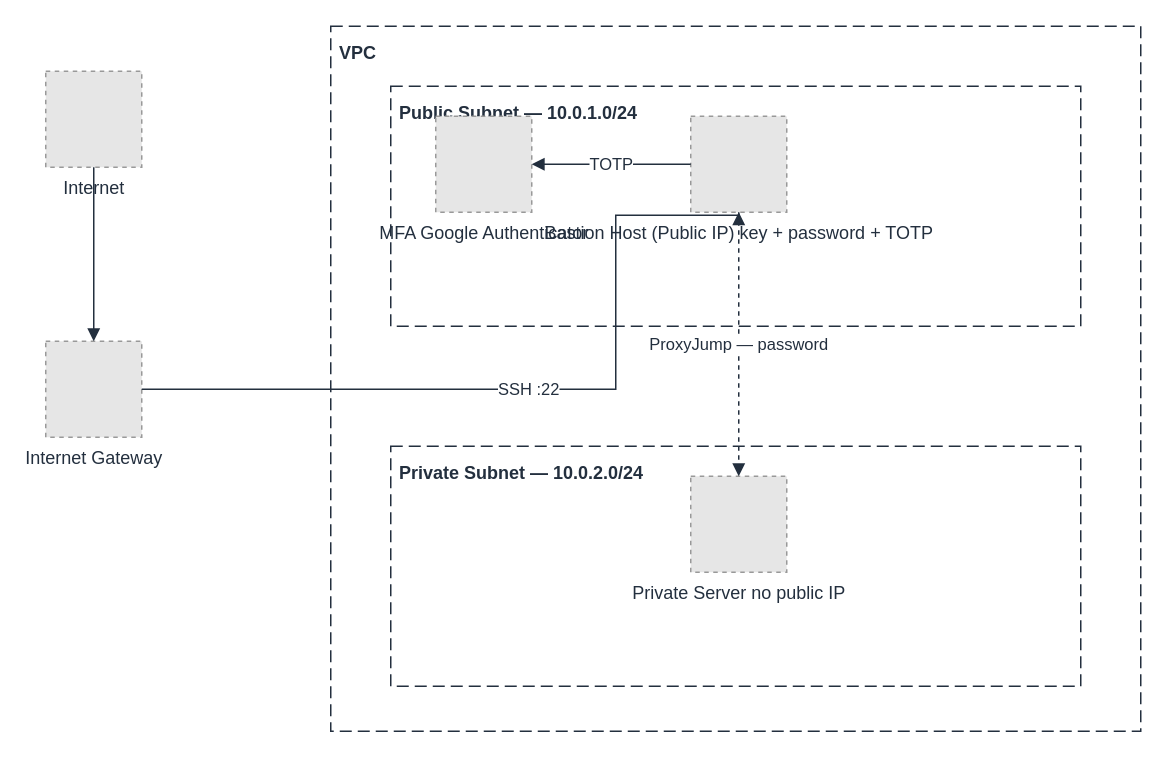
This is 19-bastion-host/docs/architecture.drawio from wazaglo/devops-roadmap-projects, a draw.io file, before an edit. Source tidied: cells renumbered, new cells numbered last; positions are measured from the earlier drawing's top-left corner, leaving out a move shared by most shapes. Both pictures are drawn from the tidied source at 150%, with x=0, y=0 at pixel (45, 26). Pictures stored in the file or linked from it are replaced by grey dashed boxes.
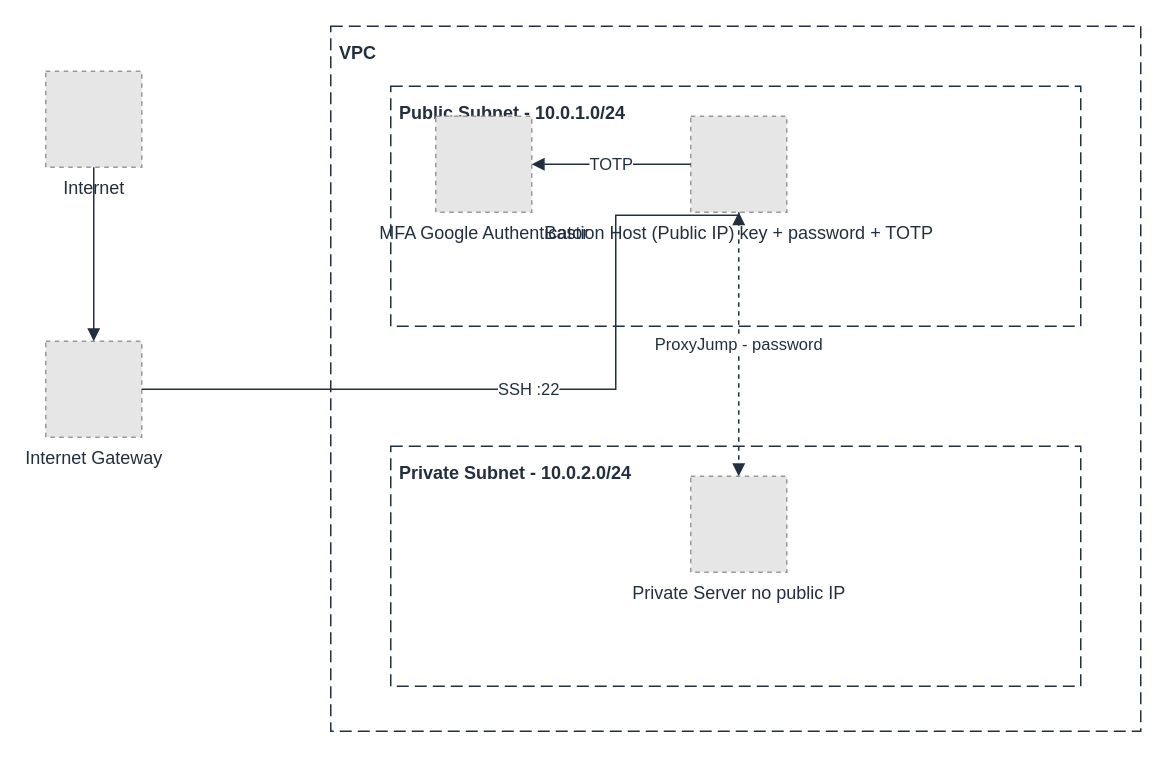
The same page after the edit.

The edit, as a diff of the source:
```diff
@@
 <mxGraphModel>
   <root>
     <mxCell id="0" />
     <mxCell id="1" parent="0" />
     <mxCell id="2" value="VPC" style="rounded=0;whiteSpace=wrap;html=1;dashed=1;dashPattern=8 4;fillColor=none;strokeColor=#232F3E;verticalAlign=top;align=left;spacing=6;fontSize=12;fontStyle=1;fontColor=#232F3E;arcSize=3;" parent="1" vertex="1">
       <mxGeometry x="190" width="540" height="470" as="geometry" />
     </mxCell>
-    <mxCell id="3" value="Public Subnet — 10.0.1.0/24" style="rounded=0;whiteSpace=wrap;html=1;dashed=1;dashPattern=8 4;fillColor=none;strokeColor=#232F3E;verticalAlign=top;align=left;spacing=6;fontSize=12;fontStyle=1;fontColor=#232F3E;arcSize=3;" parent="1" vertex="1">
+    <mxCell id="3" value="Public Subnet - 10.0.1.0/24" style="rounded=0;whiteSpace=wrap;html=1;dashed=1;dashPattern=8 4;fillColor=none;strokeColor=#232F3E;verticalAlign=top;align=left;spacing=6;fontSize=12;fontStyle=1;fontColor=#232F3E;arcSize=3;" parent="1" vertex="1">
       <mxGeometry x="230" y="40" width="460" height="160" as="geometry" />
     </mxCell>
-    <mxCell id="4" value="Private Subnet — 10.0.2.0/24" style="rounded=0;whiteSpace=wrap;html=1;dashed=1;dashPattern=8 4;fillColor=none;strokeColor=#232F3E;verticalAlign=top;align=left;spacing=6;fontSize=12;fontStyle=1;fontColor=#232F3E;arcSize=3;" parent="1" vertex="1">
+    <mxCell id="4" value="Private Subnet - 10.0.2.0/24" style="rounded=0;whiteSpace=wrap;html=1;dashed=1;dashPattern=8 4;fillColor=none;strokeColor=#232F3E;verticalAlign=top;align=left;spacing=6;fontSize=12;fontStyle=1;fontColor=#232F3E;arcSize=3;" parent="1" vertex="1">
       <mxGeometry x="230" y="280" width="460" height="160" as="geometry" />
     </mxCell>
     <mxCell id="5" value="Internet" style="fillColor=#E6E6E6;strokeColor=#999999;dashed=1;html=1;verticalLabelPosition=bottom;verticalAlign=top;align=center;fontSize=12;fontColor=#232F3E;" parent="1" vertex="1">
       <mxGeometry y="30" width="64" height="64" as="geometry" />
     </mxCell>
     <mxCell id="6" value="Internet Gateway" style="fillColor=#E6E6E6;strokeColor=#999999;dashed=1;html=1;verticalLabelPosition=bottom;verticalAlign=top;align=center;fontSize=12;fontColor=#232F3E;" parent="1" vertex="1">
       <mxGeometry y="210" width="64" height="64" as="geometry" />
     </mxCell>
     <mxCell id="7" value="MFA Google Authenticator" style="fillColor=#E6E6E6;strokeColor=#999999;dashed=1;html=1;verticalLabelPosition=bottom;verticalAlign=top;align=center;fontSize=12;fontColor=#232F3E;" parent="1" vertex="1">
       <mxGeometry x="260" y="60" width="64" height="64" as="geometry" />
     </mxCell>
     <mxCell id="8" value="Bastion Host (Public IP) key + password + TOTP" style="fillColor=#E6E6E6;strokeColor=#999999;dashed=1;html=1;verticalLabelPosition=bottom;verticalAlign=top;align=center;fontSize=12;fontColor=#232F3E;" parent="1" vertex="1">
       <mxGeometry x="430" y="60" width="64" height="64" as="geometry" />
     </mxCell>
     <mxCell id="9" value="Private Server no public IP" style="fillColor=#E6E6E6;strokeColor=#999999;dashed=1;html=1;verticalLabelPosition=bottom;verticalAlign=top;align=center;fontSize=12;fontColor=#232F3E;" parent="1" vertex="1">
       <mxGeometry x="430" y="300" width="64" height="64" as="geometry" />
     </mxCell>
     <mxCell id="10" style="edgeStyle=orthogonalEdgeStyle;rounded=0;html=1;strokeColor=#232F3E;endArrow=block;fontSize=11;fontColor=#232F3E;" parent="1" edge="1" source="5" target="6">
       <mxGeometry relative="1" as="geometry" />
     </mxCell>
     <mxCell id="11" value="SSH :22" style="edgeStyle=orthogonalEdgeStyle;rounded=0;html=1;strokeColor=#232F3E;endArrow=block;fontSize=11;fontColor=#232F3E;" parent="1" edge="1" source="6" target="8">
       <mxGeometry relative="1" as="geometry">
         <Array as="points">
           <mxPoint x="380" y="242" />
           <mxPoint x="380" y="126" />
         </Array>
       </mxGeometry>
     </mxCell>
     <mxCell id="12" value="TOTP" style="edgeStyle=orthogonalEdgeStyle;rounded=0;html=1;strokeColor=#232F3E;endArrow=block;fontSize=11;fontColor=#232F3E;" parent="1" edge="1" source="8" target="7">
       <mxGeometry relative="1" as="geometry">
         <Array as="points">
           <mxPoint x="462" y="92" />
           <mxPoint x="292" y="92" />
         </Array>
       </mxGeometry>
     </mxCell>
-    <mxCell id="13" value="ProxyJump — password" style="edgeStyle=orthogonalEdgeStyle;rounded=0;html=1;strokeColor=#232F3E;endArrow=block;fontSize=11;fontColor=#232F3E;dashed=1;" parent="1" edge="1" source="8" target="9">
+    <mxCell id="13" value="ProxyJump - password" style="edgeStyle=orthogonalEdgeStyle;rounded=0;html=1;strokeColor=#232F3E;endArrow=block;fontSize=11;fontColor=#232F3E;dashed=1;" parent="1" edge="1" source="8" target="9">
       <mxGeometry relative="1" as="geometry" />
     </mxCell>
   </root>
 </mxGraphModel>
```
